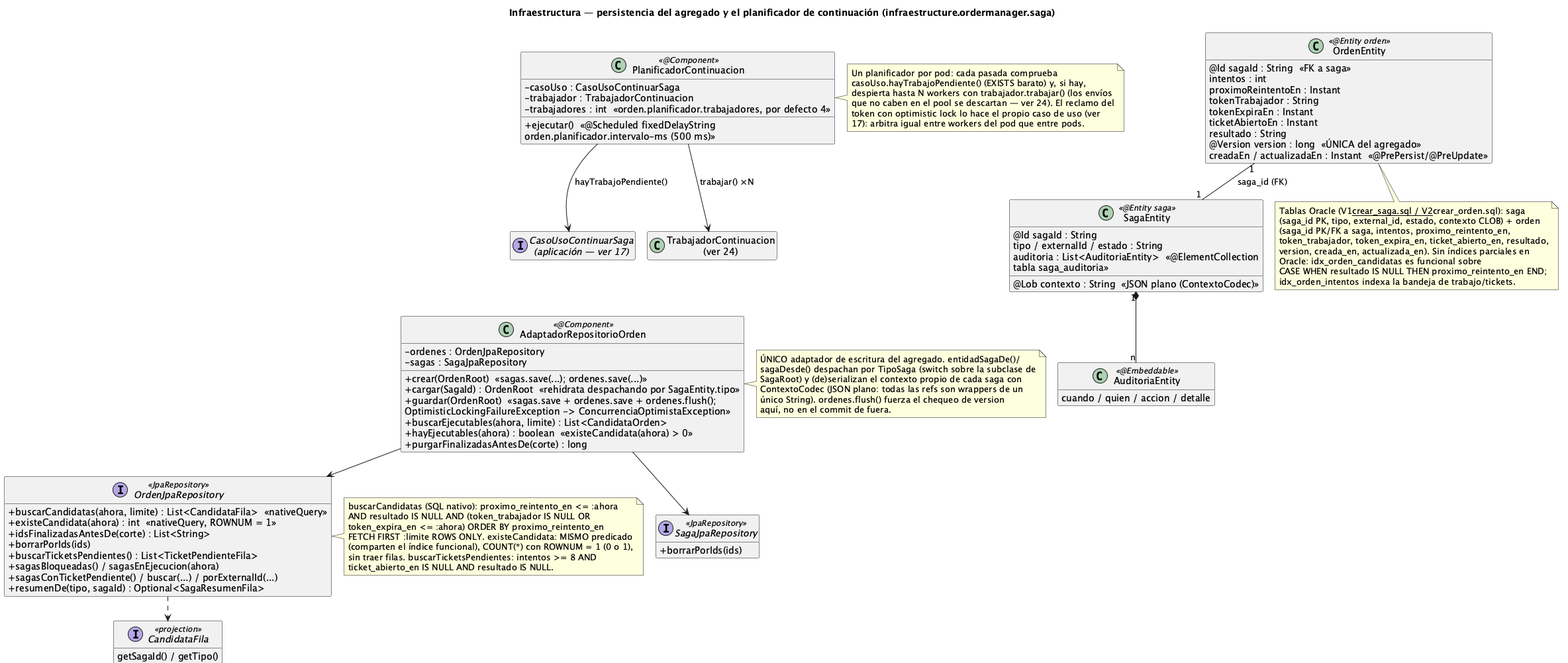
Earlier version of the PlantUML export order-manager/docs/23-clases-infraestructura-persistencia.png (ralcazar/patrones).
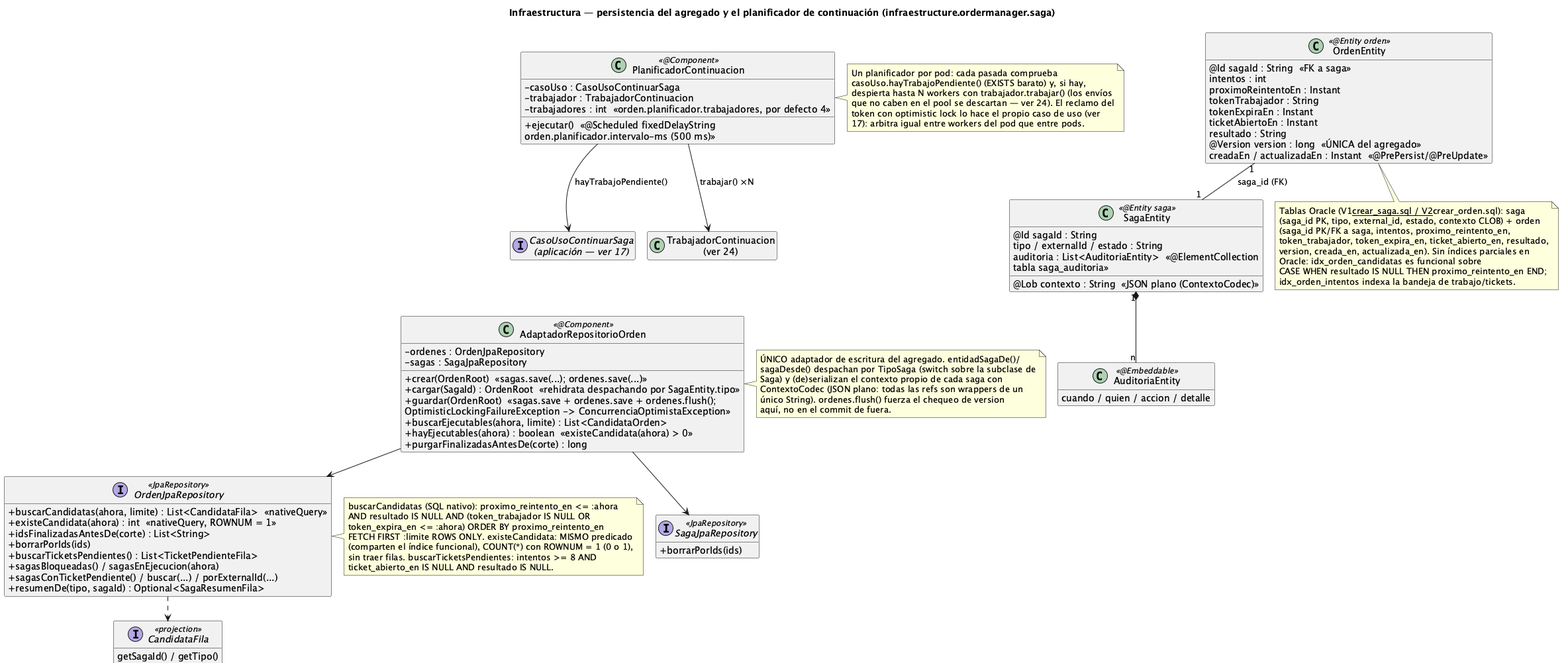
After the change.

Diff of the diagram source:
```diff
@@ -35,7 +35,7 @@
 note right of AdaptadorRepositorioOrden
   ÚNICO adaptador de escritura del agregado. entidadSagaDe()/
   sagaDesde() despachan por TipoSaga (switch sobre la subclase de
-  SagaRoot) y (de)serializan el contexto propio de cada saga con
+  Saga) y (de)serializan el contexto propio de cada saga con
   ContextoCodec (JSON plano: todas las refs son wrappers de un
   único String). ordenes.flush() fuerza el chequeo de version
   aquí, no en el commit de fuera.
```
